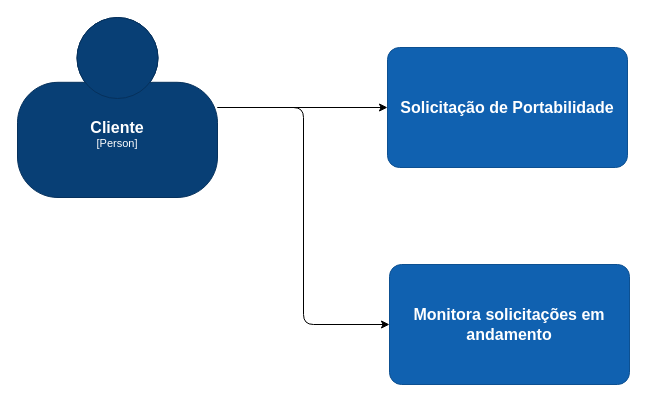
Before: page "Jornada Portabilidade de Credito" (1 of 17) of portabilidade_credito.drawio in andreferreiratrindade/portabilidade_credito_draw, a draw.io diagram. Source tidied: cells renumbered, new cells numbered last; positions are measured from the earlier drawing's top-left corner, leaving out a move shared by most shapes. Both pictures are drawn from the tidied source at 100%, with x=0, y=0 at pixel (17, 17).
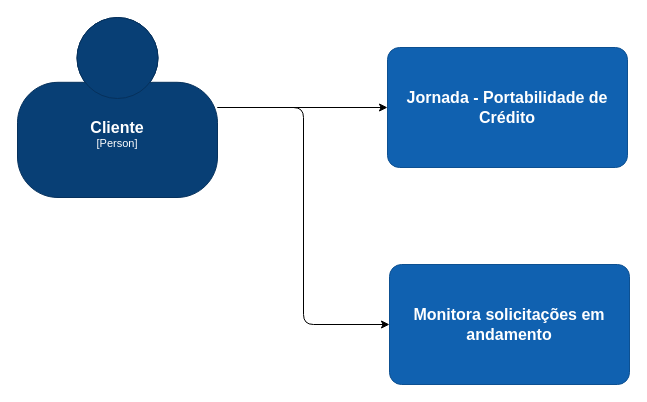
The same diagram, later.

Change to the diagram source:
```diff
@@
 <mxGraphModel>
   <root>
     <mxCell id="0" />
     <mxCell id="1" parent="0" />
     <object id="2" label="&lt;font style=&quot;font-size: 16px&quot;&gt;&lt;b&gt;%c4Name%&lt;/b&gt;&lt;/font&gt;&lt;div&gt;[%c4Type%]&lt;/div&gt;&lt;br&gt;&lt;div&gt;&lt;font style=&quot;font-size: 11px&quot;&gt;&lt;font color=&quot;#cccccc&quot;&gt;%c4Description%&lt;/font&gt;&lt;/div&gt;" c4Description="" c4Name="Cliente" c4Type="Person" placeholders="1">
       <mxCell style="html=1;fontSize=11;dashed=0;whiteSpace=wrap;fillColor=#083F75;strokeColor=#06315C;fontColor=#ffffff;shape=mxgraph.c4.person2;align=center;points=[[0.5,0,0],[1,0.5,0],[1,0.75,0],[0.75,1,0],[0.5,1,0],[0.25,1,0],[0,0.75,0],[0,0.5,0]];" parent="1" vertex="1">
         <mxGeometry width="200" height="180" as="geometry" />
       </mxCell>
     </object>
-    <object id="3" label="&lt;font style=&quot;font-size: 16px&quot;&gt;&lt;b&gt;%c4Name%&lt;/b&gt;&lt;/font&gt;&lt;br&gt;&lt;div&gt;&lt;font style=&quot;font-size: 11px&quot;&gt;&lt;font color=&quot;#cccccc&quot;&gt;%c4Description%&lt;/font&gt;&lt;/div&gt;" c4Description="" c4Name="Solicitação de Portabilidade" placeholders="1">
+    <object id="3" label="&lt;font style=&quot;font-size: 16px&quot;&gt;&lt;b&gt;%c4Name%&lt;/b&gt;&lt;/font&gt;&lt;br&gt;&lt;div&gt;&lt;font style=&quot;font-size: 11px&quot;&gt;&lt;font color=&quot;#cccccc&quot;&gt;%c4Description%&lt;/font&gt;&lt;/div&gt;" c4Description="" c4Name="Jornada - Portabilidade de Crédito" placeholders="1">
       <mxCell style="rounded=1;whiteSpace=wrap;html=1;labelBackgroundColor=none;fillColor=#1061B0;fontColor=#ffffff;align=center;arcSize=10;strokeColor=#0D5091;points=[[0.25,0,0],[0.5,0,0],[0.75,0,0],[1,0.25,0],[1,0.5,0],[1,0.75,0],[0.75,1,0],[0.5,1,0],[0.25,1,0],[0,0.75,0],[0,0.5,0],[0,0.25,0]];" parent="1" vertex="1">
         <mxGeometry x="370" y="30" width="240" height="120" as="geometry" />
       </mxCell>
     </object>
     <mxCell id="4" style="edgeStyle=orthogonalEdgeStyle;rounded=0;jettySize=auto;html=1;entryX=0;entryY=0.5;entryDx=0;entryDy=0;entryPerimeter=0;" parent="1" edge="1" source="2" target="3">
       <mxGeometry relative="1" as="geometry" />
     </mxCell>
     <object id="5" label="&lt;font style=&quot;font-size: 16px&quot;&gt;&lt;b&gt;%c4Name%&lt;/b&gt;&lt;/font&gt;&lt;br&gt;&lt;div&gt;&lt;font style=&quot;font-size: 11px&quot;&gt;&lt;font color=&quot;#cccccc&quot;&gt;%c4Description%&lt;/font&gt;&lt;/div&gt;" c4Description="" c4Name="Monitora solicitações em andamento" placeholders="1">
       <mxCell style="rounded=1;whiteSpace=wrap;html=1;labelBackgroundColor=none;fillColor=#1061B0;fontColor=#ffffff;align=center;arcSize=10;strokeColor=#0D5091;points=[[0.25,0,0],[0.5,0,0],[0.75,0,0],[1,0.25,0],[1,0.5,0],[1,0.75,0],[0.75,1,0],[0.5,1,0],[0.25,1,0],[0,0.75,0],[0,0.5,0],[0,0.25,0]];" parent="1" vertex="1">
         <mxGeometry x="372" y="247" width="240" height="120" as="geometry" />
       </mxCell>
     </object>
     <mxCell id="6" style="edgeStyle=orthogonalEdgeStyle;rounded=1;jettySize=auto;html=1;entryX=0;entryY=0.5;entryDx=0;entryDy=0;entryPerimeter=0;curved=0;" parent="1" edge="1" source="2" target="5">
       <mxGeometry relative="1" as="geometry" />
     </mxCell>
   </root>
 </mxGraphModel>
```
